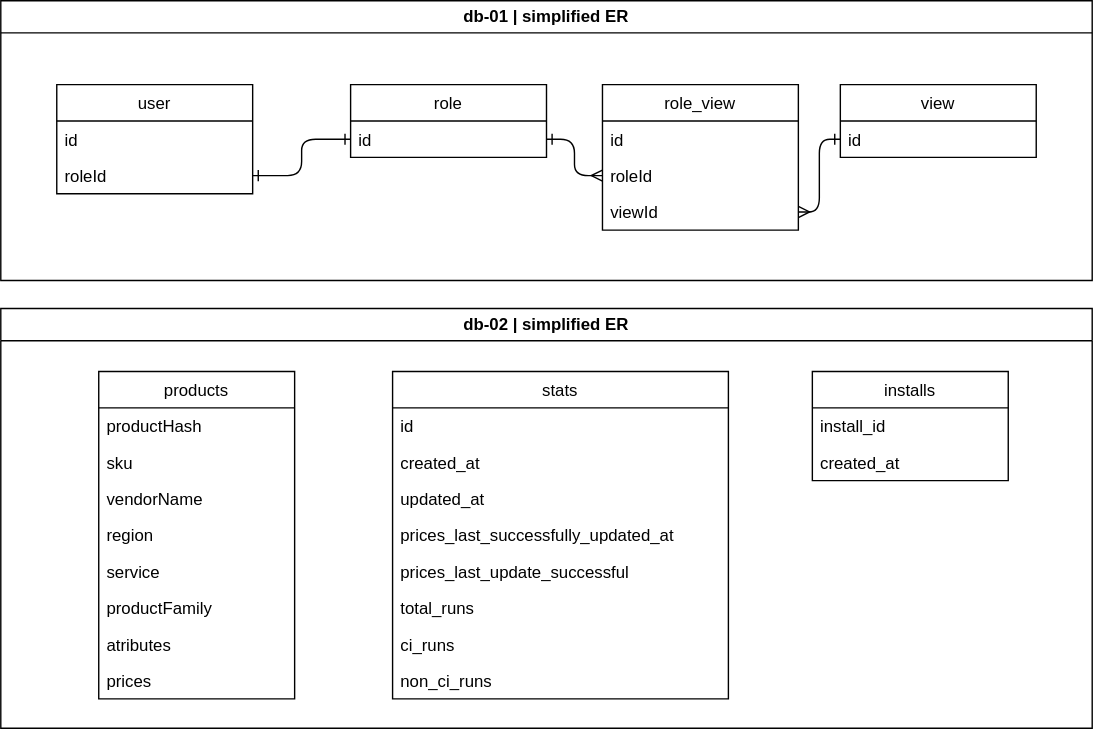
The draw.io diagram api-01/src/docs/er.drawio.svg in sebastianaf/pricecloud, before a commit. Source tidied: cells renumbered, new cells last; positions are measured from the earlier drawing's top-left corner, leaving out a move shared by most shapes.
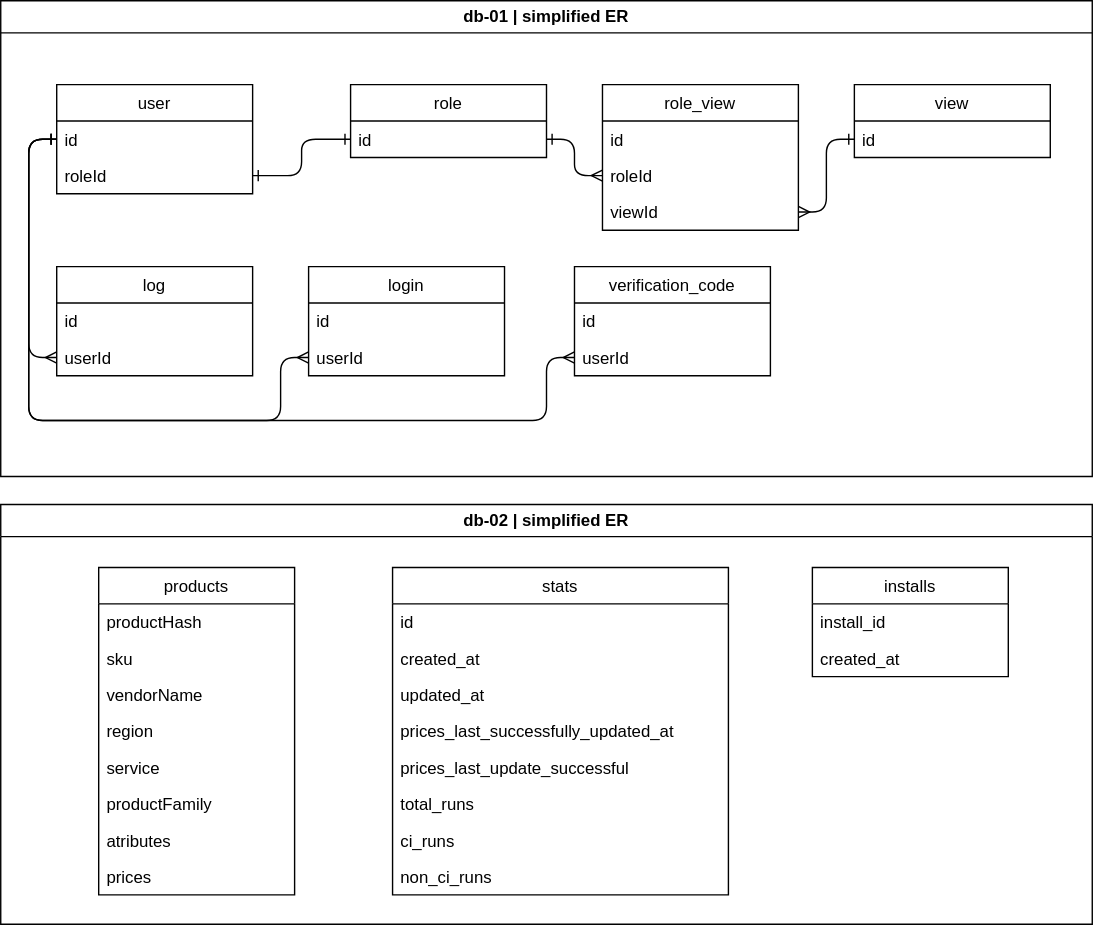
Above is the later version.

The edit, as a diff of the source:
```diff
@@ -3,7 +3,7 @@
     <mxCell id="0" />
     <mxCell id="1" parent="0" />
     <mxCell id="2" value="db-01 | simplified ER&amp;nbsp;" style="swimlane;whiteSpace=wrap;html=1;rounded=0;startSize=23;swimlaneFillColor=default;" parent="1" vertex="1">
-      <mxGeometry width="780" height="200" as="geometry" />
+      <mxGeometry y="-140" width="780" height="340" as="geometry" />
     </mxCell>
     <mxCell id="3" value="role_view" style="swimlane;fontStyle=0;horizontal=1;startSize=26;fillColor=none;rounded=0;" parent="2" vertex="1">
       <mxGeometry x="430" y="60" width="140" height="104" as="geometry" />
@@ -33,7 +33,7 @@
       <mxGeometry y="52" width="140" height="26" as="geometry" />
     </mxCell>
     <mxCell id="12" value="view" style="swimlane;fontStyle=0;horizontal=1;startSize=26;fillColor=none;rounded=0;" parent="2" vertex="1">
-      <mxGeometry x="600" y="60" width="140" height="52" as="geometry" />
+      <mxGeometry x="610" y="60" width="140" height="52" as="geometry" />
     </mxCell>
     <mxCell id="13" value="id" style="text;strokeColor=none;fillColor=none;align=left;verticalAlign=top;spacingLeft=4;spacingRight=4;overflow=hidden;points=[[0,0.5],[1,0.5]];portConstraint=eastwest;rounded=0;" parent="12" vertex="1">
       <mxGeometry y="26" width="140" height="26" as="geometry" />
@@ -47,6 +47,62 @@
     <mxCell id="16" style="edgeStyle=orthogonalEdgeStyle;shape=connector;rounded=1;html=1;exitX=0;exitY=0.5;exitDx=0;exitDy=0;entryX=1;entryY=0.5;entryDx=0;entryDy=0;labelBackgroundColor=default;strokeColor=default;fontFamily=Helvetica;fontSize=11;fontColor=default;endArrow=ERmany;endFill=0;startArrow=ERone;startFill=0;" parent="2" edge="1" source="13" target="6">
       <mxGeometry relative="1" as="geometry" />
     </mxCell>
+    <mxCell id="39" value="log" style="swimlane;fontStyle=0;horizontal=1;startSize=26;fillColor=none;rounded=0;" parent="2" vertex="1">
+      <mxGeometry x="40" y="190" width="140" height="78" as="geometry" />
+    </mxCell>
+    <mxCell id="40" value="id" style="text;strokeColor=none;fillColor=none;align=left;verticalAlign=top;spacingLeft=4;spacingRight=4;overflow=hidden;rounded=0;" parent="39" vertex="1">
+      <mxGeometry y="26" width="140" height="26" as="geometry" />
+    </mxCell>
+    <mxCell id="41" value="userId" style="text;strokeColor=none;fillColor=none;align=left;verticalAlign=top;spacingLeft=4;spacingRight=4;overflow=hidden;points=[[0,0.5],[1,0.5]];portConstraint=eastwest;rounded=0;" parent="39" vertex="1">
+      <mxGeometry y="52" width="140" height="26" as="geometry" />
+    </mxCell>
+    <mxCell id="42" value="login" style="swimlane;fontStyle=0;horizontal=1;startSize=26;fillColor=none;rounded=0;" parent="2" vertex="1">
+      <mxGeometry x="220" y="190" width="140" height="78" as="geometry" />
+    </mxCell>
+    <mxCell id="43" value="id" style="text;strokeColor=none;fillColor=none;align=left;verticalAlign=top;spacingLeft=4;spacingRight=4;overflow=hidden;rounded=0;" parent="42" vertex="1">
+      <mxGeometry y="26" width="140" height="26" as="geometry" />
+    </mxCell>
+    <mxCell id="44" value="userId" style="text;strokeColor=none;fillColor=none;align=left;verticalAlign=top;spacingLeft=4;spacingRight=4;overflow=hidden;points=[[0,0.5],[1,0.5]];portConstraint=eastwest;rounded=0;" parent="42" vertex="1">
+      <mxGeometry y="52" width="140" height="26" as="geometry" />
+    </mxCell>
+    <mxCell id="45" value="verification_code" style="swimlane;fontStyle=0;horizontal=1;startSize=26;fillColor=none;rounded=0;" parent="2" vertex="1">
+      <mxGeometry x="410" y="190" width="140" height="78" as="geometry" />
+    </mxCell>
+    <mxCell id="46" value="id" style="text;strokeColor=none;fillColor=none;align=left;verticalAlign=top;spacingLeft=4;spacingRight=4;overflow=hidden;rounded=0;" parent="45" vertex="1">
+      <mxGeometry y="26" width="140" height="26" as="geometry" />
+    </mxCell>
+    <mxCell id="47" value="userId" style="text;strokeColor=none;fillColor=none;align=left;verticalAlign=top;spacingLeft=4;spacingRight=4;overflow=hidden;points=[[0,0.5],[1,0.5]];portConstraint=eastwest;rounded=0;" parent="45" vertex="1">
+      <mxGeometry y="52" width="140" height="26" as="geometry" />
+    </mxCell>
+    <mxCell id="48" style="edgeStyle=orthogonalEdgeStyle;html=1;exitX=0;exitY=0.5;exitDx=0;exitDy=0;entryX=0;entryY=0.5;entryDx=0;entryDy=0;startArrow=ERone;startFill=0;endArrow=ERmany;endFill=0;" parent="2" edge="1" source="10" target="41">
+      <mxGeometry relative="1" as="geometry">
+        <Array as="points">
+          <mxPoint x="20" y="99" />
+          <mxPoint x="20" y="255" />
+        </Array>
+      </mxGeometry>
+    </mxCell>
+    <mxCell id="49" style="edgeStyle=orthogonalEdgeStyle;html=1;entryX=0;entryY=0.5;entryDx=0;entryDy=0;startArrow=ERone;startFill=0;endArrow=ERmany;endFill=0;" parent="2" edge="1" target="44">
+      <mxGeometry relative="1" as="geometry">
+        <mxPoint x="40" y="99" as="sourcePoint" />
+        <Array as="points">
+          <mxPoint x="20" y="99" />
+          <mxPoint x="20" y="300" />
+          <mxPoint x="200" y="300" />
+          <mxPoint x="200" y="255" />
+        </Array>
+      </mxGeometry>
+    </mxCell>
+    <mxCell id="50" style="edgeStyle=orthogonalEdgeStyle;html=1;exitX=0;exitY=0.5;exitDx=0;exitDy=0;startArrow=ERone;startFill=0;endArrow=ERmany;endFill=0;entryX=0;entryY=0.5;entryDx=0;entryDy=0;" parent="2" edge="1" source="10" target="47">
+      <mxGeometry relative="1" as="geometry">
+        <Array as="points">
+          <mxPoint x="20" y="99" />
+          <mxPoint x="20" y="300" />
+          <mxPoint x="390" y="300" />
+          <mxPoint x="390" y="255" />
+        </Array>
+      </mxGeometry>
+    </mxCell>
     <mxCell id="17" value="db-02 | simplified ER&amp;nbsp;" style="swimlane;whiteSpace=wrap;html=1;rounded=0;startSize=23;swimlaneFillColor=default;" parent="1" vertex="1">
       <mxGeometry y="220" width="780" height="300" as="geometry" />
     </mxCell>
```
